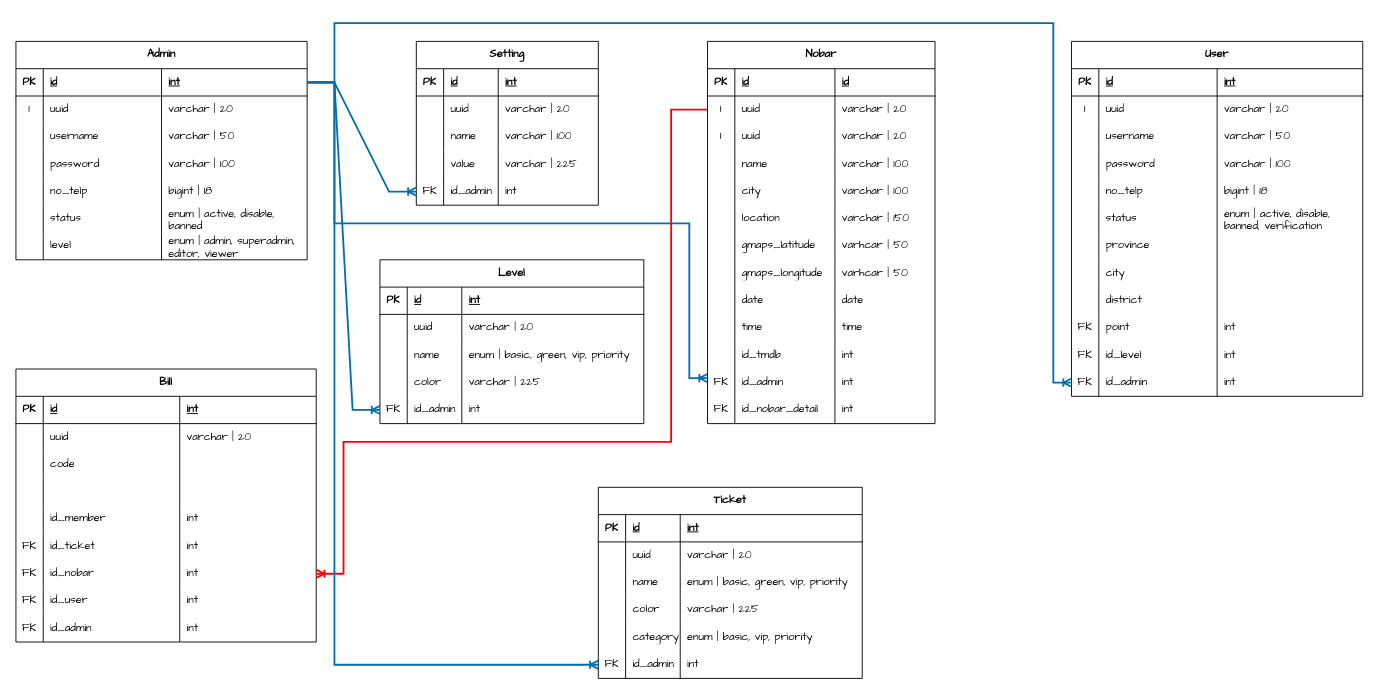
Earlier version of the draw.io diagram AniEvo - Nobar Web App.drawio (irzanaldi/e-aspiration). Source tidied: cells renumbered, new cells numbered last; positions are measured from the earlier drawing's top-left corner, leaving out a move shared by most shapes. Both pictures are drawn from the tidied source at 91%, with x=0, y=0 at pixel (15, 23).
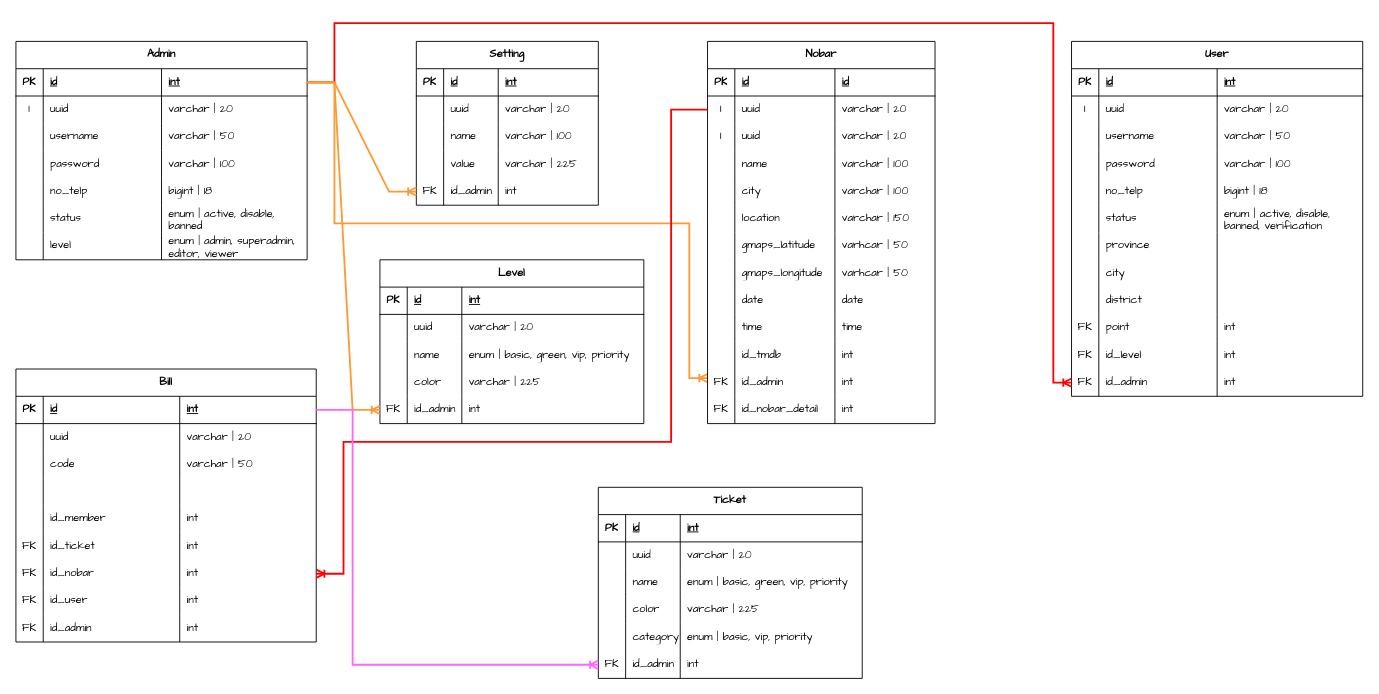
After the change.

Unchanged cells that the change refers to:
```xml
<mxCell id="48" style="shape=tableRow;horizontal=0;startSize=0;swimlaneHead=0;swimlaneBody=0;fillColor=none;points=[[0,0.5],[1,0.5]];portConstraint=eastwest;top=0;left=0;right=0;bottom=0;fontFamily=Comic Sans MS;whiteSpace=wrap;" parent="3" vertex="1">
  <mxGeometry y="360" width="250" height="30" as="geometry" />
</mxCell>
<mxCell id="57" style="shape=tableRow;horizontal=0;startSize=0;swimlaneHead=0;swimlaneBody=0;fillColor=none;points=[[0,0.5],[1,0.5]];portConstraint=eastwest;top=0;left=0;right=0;bottom=1;whiteSpace=wrap;" parent="56" vertex="1">
  <mxGeometry y="30" width="330" height="30" as="geometry" />
</mxCell>
<mxCell id="65" style="shape=tableRow;horizontal=0;startSize=0;swimlaneHead=0;swimlaneBody=0;fillColor=none;top=0;left=0;right=0;bottom=0;whiteSpace=wrap;" parent="56" vertex="1">
  <mxGeometry y="90" width="330" height="30" as="geometry" />
</mxCell>
<mxCell id="110" style="shape=tableRow;horizontal=0;startSize=0;swimlaneHead=0;swimlaneBody=0;fillColor=none;points=[[0,0.5],[1,0.5]];portConstraint=eastwest;top=0;left=0;right=0;bottom=0;fontFamily=Comic Sans MS;whiteSpace=wrap;" parent="93" vertex="1">
  <mxGeometry y="150" width="200" height="30" as="geometry" />
</mxCell>
<mxCell id="115" style="shape=tableRow;horizontal=0;startSize=0;swimlaneHead=0;swimlaneBody=0;fillColor=none;points=[[0,0.5],[1,0.5]];portConstraint=eastwest;top=0;left=0;right=0;bottom=1;fontFamily=Comic Sans MS;whiteSpace=wrap;" parent="114" vertex="1">
  <mxGeometry y="30" width="320" height="30" as="geometry" />
</mxCell>
<mxCell id="188" style="shape=tableRow;horizontal=0;startSize=0;swimlaneHead=0;swimlaneBody=0;fillColor=none;points=[[0,0.5],[1,0.5]];portConstraint=eastwest;top=0;left=0;right=0;bottom=0;fontFamily=Comic Sans MS;whiteSpace=wrap;" parent="143" vertex="1">
  <mxGeometry y="360" width="320" height="30" as="geometry" />
</mxCell>
<mxCell id="210" style="shape=tableRow;horizontal=0;startSize=0;swimlaneHead=0;swimlaneBody=0;fillColor=none;points=[[0,0.5],[1,0.5]];portConstraint=eastwest;top=0;left=0;right=0;bottom=0;fontFamily=Comic Sans MS;whiteSpace=wrap;" parent="193" vertex="1">
  <mxGeometry y="150" width="290" height="30" as="geometry" />
</mxCell>
<mxCell id="237" style="shape=tableRow;horizontal=0;startSize=0;swimlaneHead=0;swimlaneBody=0;fillColor=none;points=[[0,0.5],[1,0.5]];portConstraint=eastwest;top=0;left=0;right=0;bottom=0;fontFamily=Comic Sans MS;whiteSpace=wrap;" parent="216" vertex="1">
  <mxGeometry y="180" width="290" height="30" as="geometry" />
</mxCell>
```

The edit, as a diff of the source:
```diff
@@
-    <mxCell id="2" style="fontSize=12;html=1;endArrow=ERoneToMany;rounded=0;fontFamily=Comic Sans MS;fontColor=default;startSize=30;edgeStyle=orthogonalEdgeStyle;fillColor=#1ba1e2;strokeWidth=2;strokeColor=#006EAF;" parent="1" edge="1" source="115" target="48">
+    <mxCell id="2" style="fontSize=12;html=1;endArrow=ERoneToMany;rounded=0;fontFamily=Comic Sans MS;fontColor=default;startSize=30;edgeStyle=orthogonalEdgeStyle;fillColor=#1ba1e2;strokeWidth=2;strokeColor=#FF9933;" parent="1" edge="1" source="115" target="48">
       <mxGeometry relative="1" as="geometry">
         <Array as="points">
           <mxPoint x="350" y="65" />
           <mxPoint x="350" y="220" />
           <mxPoint x="740" y="220" />
           <mxPoint x="740" y="390" />
         </Array>
       </mxGeometry>
     </mxCell>
@@
-    <mxCell id="68" style="shape=partialRectangle;fillColor=none;top=0;left=0;bottom=0;right=0;align=left;spacingLeft=6;overflow=hidden;fontFamily=Comic Sans MS;whiteSpace=wrap;" parent="65" vertex="1">
+    <mxCell id="68" value="varchar | 50" style="shape=partialRectangle;fillColor=none;top=0;left=0;bottom=0;right=0;align=left;spacingLeft=6;overflow=hidden;fontFamily=Comic Sans MS;whiteSpace=wrap;" parent="65" vertex="1">
       <mxGeometry x="180" width="150" height="30" as="geometry" />
     </mxCell>
@@
-    <mxCell id="192" style="edgeStyle=orthogonalEdgeStyle;fontSize=12;html=1;endArrow=ERoneToMany;rounded=0;fontFamily=Comic Sans MS;fontColor=default;startSize=30;fillColor=#1ba1e2;strokeWidth=2;strokeColor=#006EAF;" parent="1" edge="1" source="115" target="188">
+    <mxCell id="192" style="edgeStyle=orthogonalEdgeStyle;fontSize=12;html=1;endArrow=ERoneToMany;rounded=0;fontFamily=Comic Sans MS;fontColor=default;startSize=30;fillColor=#1ba1e2;strokeWidth=2;strokeColor=#FF0000;" parent="1" edge="1" source="115" target="188">
       <mxGeometry relative="1" as="geometry">
         <Array as="points">
           <mxPoint x="350" y="65" />
           <mxPoint x="350" />
           <mxPoint x="1140" />
           <mxPoint x="1140" y="395" />
         </Array>
       </mxGeometry>
     </mxCell>
@@
-    <mxCell id="214" style="edgeStyle=entityRelationEdgeStyle;fontSize=12;html=1;endArrow=ERoneToMany;rounded=0;strokeWidth=2;fontFamily=Comic Sans MS;fontColor=default;startSize=30;fillColor=#1ba1e2;strokeColor=#006EAF;" parent="1" edge="1" source="115" target="110">
+    <mxCell id="214" style="edgeStyle=entityRelationEdgeStyle;fontSize=12;html=1;endArrow=ERoneToMany;rounded=0;strokeWidth=2;fontFamily=Comic Sans MS;fontColor=default;startSize=30;fillColor=#1ba1e2;strokeColor=#FF9933;" parent="1" edge="1" source="115" target="110">
       <mxGeometry relative="1" as="geometry" />
     </mxCell>
-    <mxCell id="215" style="edgeStyle=entityRelationEdgeStyle;fontSize=12;html=1;endArrow=ERoneToMany;rounded=0;strokeWidth=2;fontFamily=Comic Sans MS;fontColor=default;startSize=30;fillColor=#1ba1e2;entryX=0;entryY=0.5;entryDx=0;entryDy=0;strokeColor=#006EAF;" parent="1" edge="1" source="115" target="210">
+    <mxCell id="215" style="edgeStyle=entityRelationEdgeStyle;fontSize=12;html=1;endArrow=ERoneToMany;rounded=0;strokeWidth=2;fontFamily=Comic Sans MS;fontColor=default;startSize=30;fillColor=#1ba1e2;entryX=0;entryY=0.5;entryDx=0;entryDy=0;strokeColor=#FF9933;" parent="1" edge="1" source="115" target="210">
       <mxGeometry relative="1" as="geometry" />
     </mxCell>
@@
-    <mxCell id="242" style="edgeStyle=orthogonalEdgeStyle;rounded=0;jettySize=auto;html=1;strokeColor=#006EAF;strokeWidth=2;endArrow=ERoneToMany;endFill=0;fillColor=#1ba1e2;" parent="1" edge="1" source="115" target="237">
+    <mxCell id="242" style="edgeStyle=orthogonalEdgeStyle;rounded=0;jettySize=auto;html=1;strokeColor=#FF66FF;strokeWidth=2;endArrow=ERoneToMany;endFill=0;fillColor=#1ba1e2;exitX=1;exitY=0.5;exitDx=0;exitDy=0;" parent="1" edge="1" source="57" target="237">
       <mxGeometry relative="1" as="geometry">
         <Array as="points">
-          <mxPoint x="350" y="65" />
-          <mxPoint x="350" y="705" />
+          <mxPoint x="370" y="425" />
+          <mxPoint x="370" y="705" />
         </Array>
       </mxGeometry>
     </mxCell>
```
